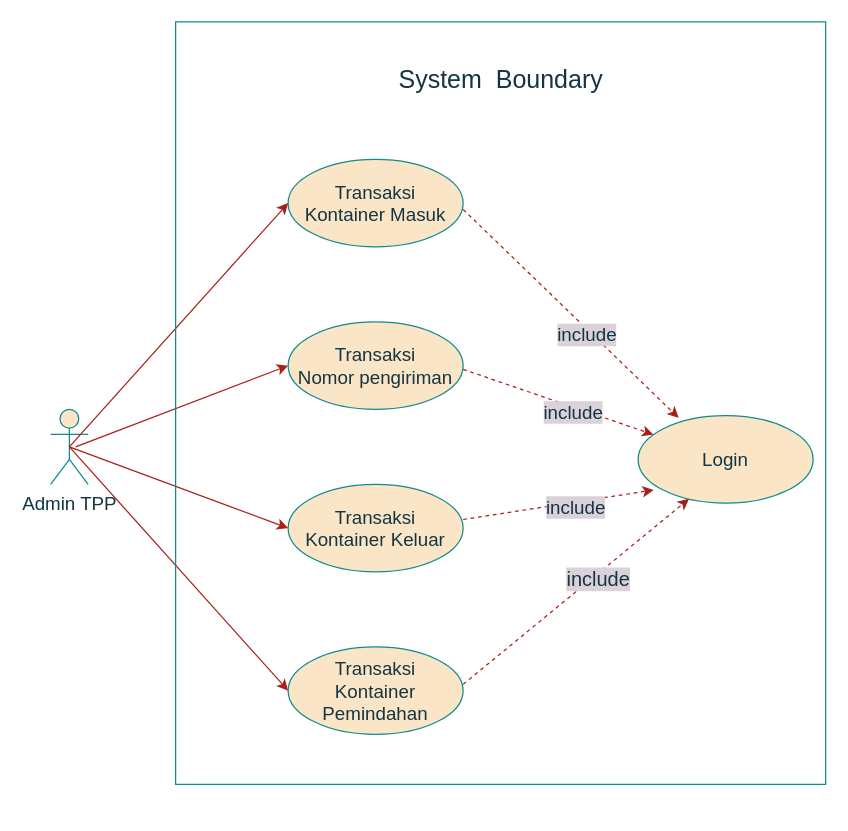
This is page "USE CASE Admin TPP Transaksi" (2 of 4) of USE CASE.drawio from cuangshulhan/UML, a draw.io file, before an edit. Source tidied: cells renumbered, new cells numbered last; positions are measured from the earlier drawing's top-left corner, leaving out a move shared by most shapes. Both pictures are drawn from the tidied source at 125%, with x=0, y=0 at pixel (50, 21).
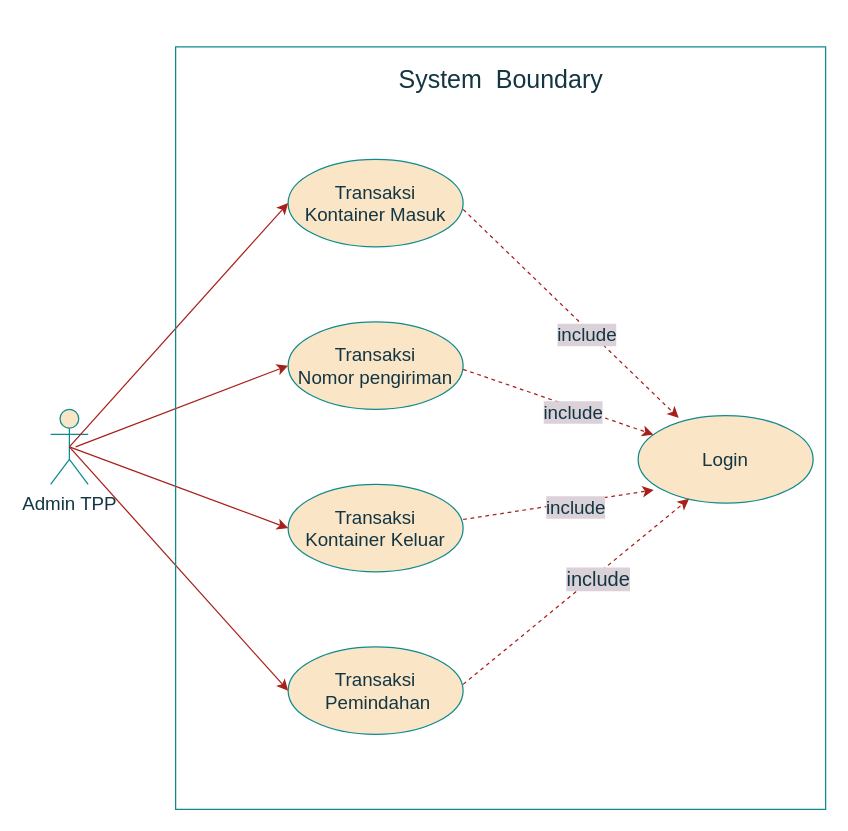
Above is the later version.

Diff of the diagram source:
```diff
@@
-    <mxCell id="3" value="&lt;div style=&quot;font-size: 15px&quot;&gt;&lt;font style=&quot;font-size: 15px&quot;&gt;Transaksi&lt;/font&gt;&lt;/div&gt;&lt;div style=&quot;font-size: 15px&quot;&gt;&lt;font style=&quot;font-size: 15px&quot;&gt;Kontainer Pemindahan&lt;br&gt;&lt;/font&gt;&lt;/div&gt;" style="ellipse;whiteSpace=wrap;html=1;fillColor=#FAE5C7;strokeColor=#0F8B8D;fontColor=#143642;" parent="1" vertex="1">
+    <mxCell id="3" value="&lt;div style=&quot;font-size: 15px&quot;&gt;&lt;font style=&quot;font-size: 15px&quot;&gt;Transaksi&lt;/font&gt;&lt;/div&gt;&lt;div style=&quot;font-size: 15px&quot;&gt;&lt;font style=&quot;font-size: 15px&quot;&gt;&amp;nbsp;Pemindahan&lt;br&gt;&lt;/font&gt;&lt;/div&gt;" style="ellipse;whiteSpace=wrap;html=1;fillColor=#FAE5C7;strokeColor=#0F8B8D;fontColor=#143642;" parent="1" vertex="1">
       <mxGeometry x="190" y="500" width="140" height="70" as="geometry" />
     </mxCell>
@@
     <mxCell id="20" style="rounded=0;whiteSpace=wrap;html=1;fillColor=none;strokeColor=#0F8B8D;fontColor=#143642;" parent="1" vertex="1">
-      <mxGeometry x="100" width="520" height="610" as="geometry" />
+      <mxGeometry x="100" y="20" width="520" height="610" as="geometry" />
     </mxCell>
```
